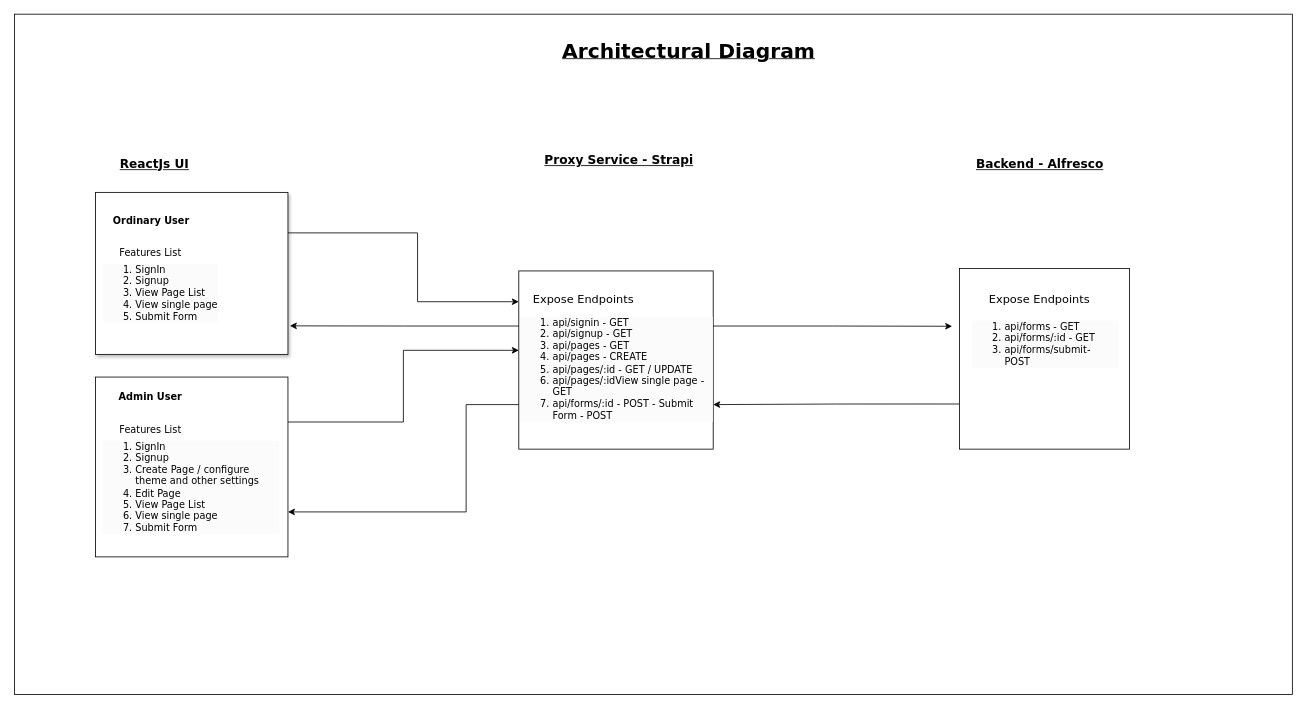
Above: archiecture.drawio in mountainfirefly/diagrams (draw.io), before the change. Source tidied: cells renumbered, new cells numbered last; positions are measured from the earlier drawing's top-left corner, leaving out a move shared by most shapes. Both pictures are drawn from the tidied source at 81%, with x=0, y=0 at pixel (14, 14).
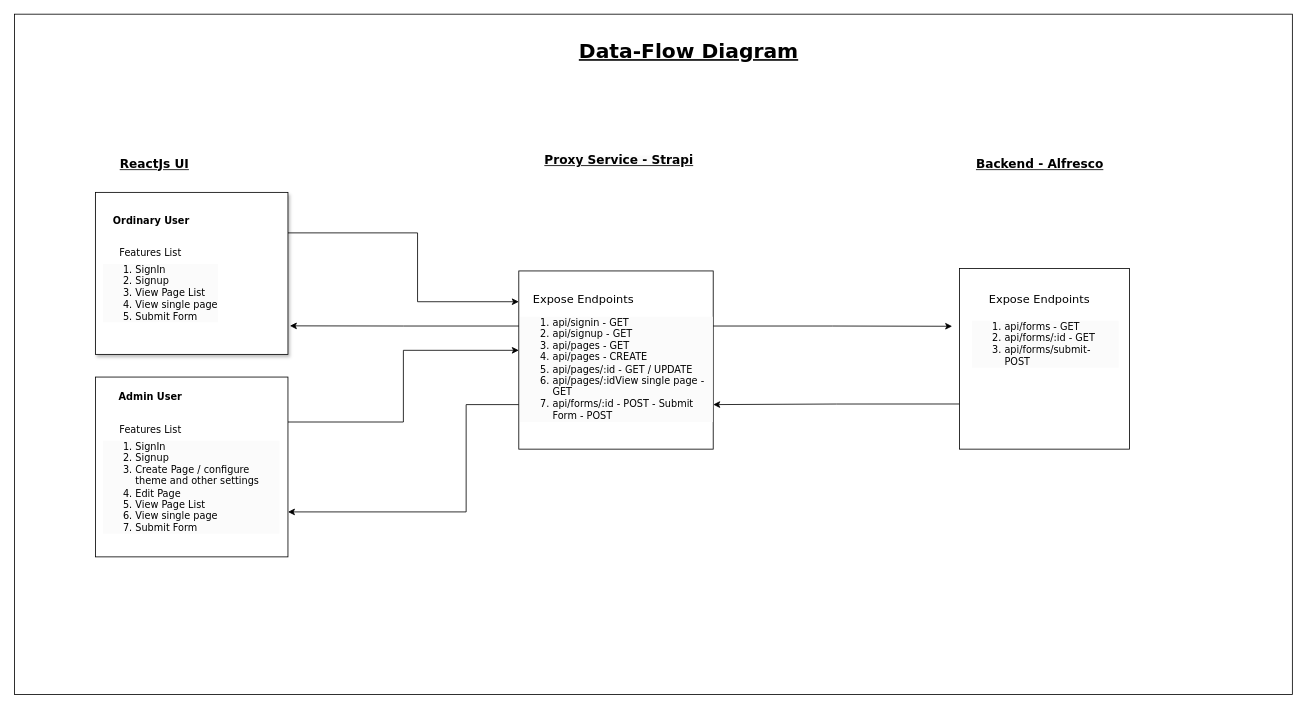
Above is the later version.

What changed in the source:
```diff
@@
-    <mxCell id="26" value="&lt;u style=&quot;&quot;&gt;&lt;b style=&quot;&quot;&gt;&lt;font style=&quot;font-size: 25px;&quot;&gt;Architectural Diagram&lt;/font&gt;&lt;/b&gt;&lt;/u&gt;" style="text;html=1;strokeColor=none;fillColor=none;align=center;verticalAlign=middle;whiteSpace=wrap;rounded=0;fontFamily=Verdana;" parent="1" vertex="1">
+    <mxCell id="26" value="&lt;span style=&quot;font-size: 25px;&quot;&gt;&lt;b&gt;&lt;u&gt;Data-Flow Diagram&lt;/u&gt;&lt;/b&gt;&lt;/span&gt;" style="text;html=1;strokeColor=none;fillColor=none;align=center;verticalAlign=middle;whiteSpace=wrap;rounded=0;fontFamily=Verdana;" parent="1" vertex="1">
       <mxGeometry x="658" y="30" width="350" height="30" as="geometry" />
     </mxCell>
```
